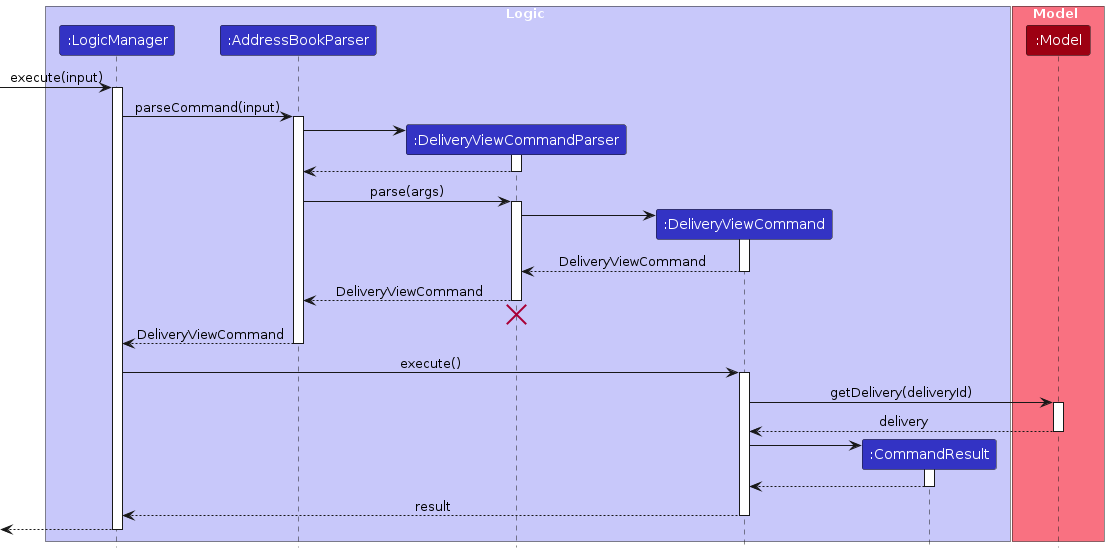
zhonghan721/tp keeps this PlantUML diagram as diagrams/implementation/delivery/DeliveryViewSequenceDiagram.png. Above is the earlier version. Its source is kept beside it as diagrams/implementation/delivery/DeliveryViewSequenceDiagram.puml. Source of this version:
```plantuml
@startuml
!include ../../style.puml

skinparam ArrowFontStyle plain

box Logic LOGIC_COLOR_T1
participant ":LogicManager" as LogicManager LOGIC_COLOR
participant ":AddressBookParser" as AddressBookParser LOGIC_COLOR
participant ":DeliveryViewCommandParser" as DeliveryViewCommandParser LOGIC_COLOR
participant ":DeliveryViewCommand" as DeliveryViewCommand LOGIC_COLOR
participant ":CommandResult" as CommandResult LOGIC_COLOR
end box

box Model MODEL_COLOR_T1
participant ":Model" as Model MODEL_COLOR
end box

[-> LogicManager : execute(input)
activate LogicManager

LogicManager -> AddressBookParser : parseCommand(input)
activate AddressBookParser

create DeliveryViewCommandParser
AddressBookParser -> DeliveryViewCommandParser
activate DeliveryViewCommandParser

DeliveryViewCommandParser --> AddressBookParser
deactivate DeliveryViewCommandParser

AddressBookParser -> DeliveryViewCommandParser : parse(args)
activate DeliveryViewCommandParser

create DeliveryViewCommand
DeliveryViewCommandParser -> DeliveryViewCommand
activate DeliveryViewCommand

DeliveryViewCommand --> DeliveryViewCommandParser : DeliveryViewCommand
deactivate DeliveryViewCommand

DeliveryViewCommandParser --> AddressBookParser : DeliveryViewCommand
deactivate DeliveryViewCommandParser
DeliveryViewCommandParser -[hidden]-> AddressBookParser
destroy DeliveryViewCommandParser

AddressBookParser --> LogicManager : DeliveryViewCommand
deactivate AddressBookParser

LogicManager -> DeliveryViewCommand : execute()
activate DeliveryViewCommand

DeliveryViewCommand -> Model : getDelivery(deliveryId)
activate Model

Model --> DeliveryViewCommand : delivery
deactivate Model

create CommandResult
DeliveryViewCommand -> CommandResult
activate CommandResult

CommandResult --> DeliveryViewCommand
deactivate CommandResult

DeliveryViewCommand --> LogicManager : result
deactivate DeliveryViewCommand

[<--LogicManager
deactivate LogicManager
@enduml
```
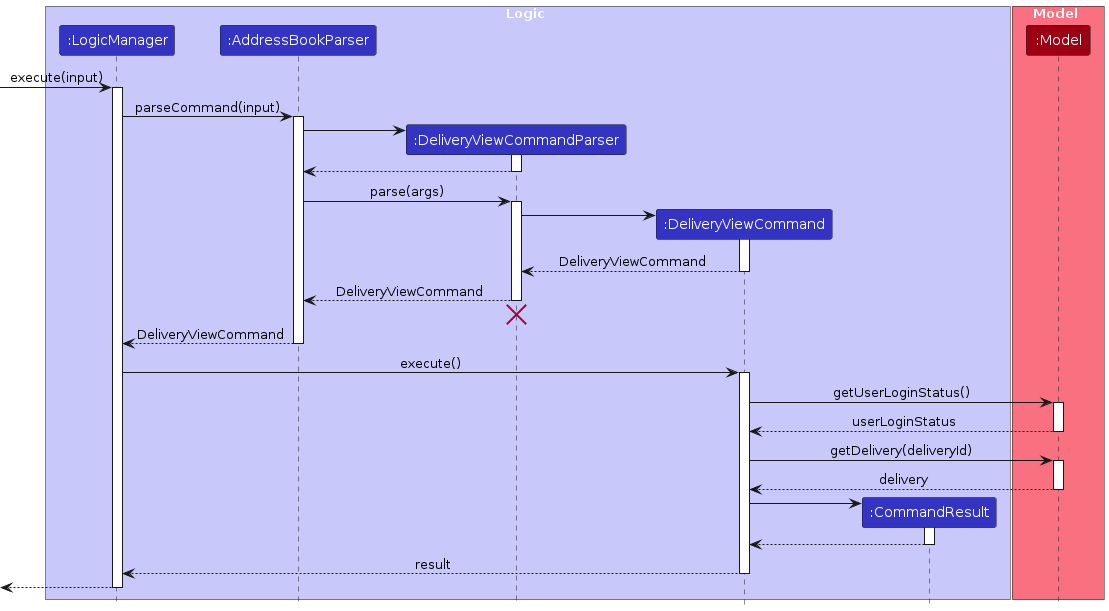
Later version of the same file.

What changed in the source:
```diff
@@ -49,6 +49,12 @@
 LogicManager -> DeliveryViewCommand : execute()
 activate DeliveryViewCommand
 
+DeliveryViewCommand -> Model : getUserLoginStatus()
+activate Model
+
+Model --> DeliveryViewCommand : userLoginStatus
+deactivate Model
+
 DeliveryViewCommand -> Model : getDelivery(deliveryId)
 activate Model
 
```
